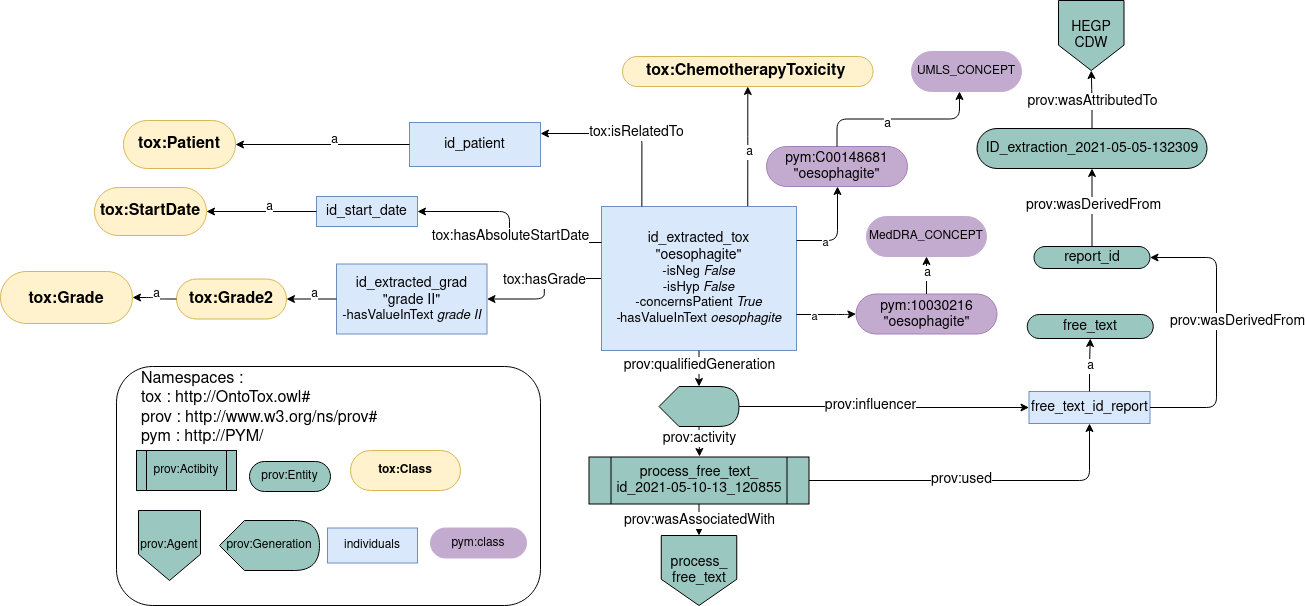
The draw.io diagram images/2021-05-28_OntoTox_FT.png in TeamHeka/OntoTox, before a commit. Source tidied: cells renumbered, new cells last; positions are measured from the earlier drawing's top-left corner, leaving out a move shared by most shapes.
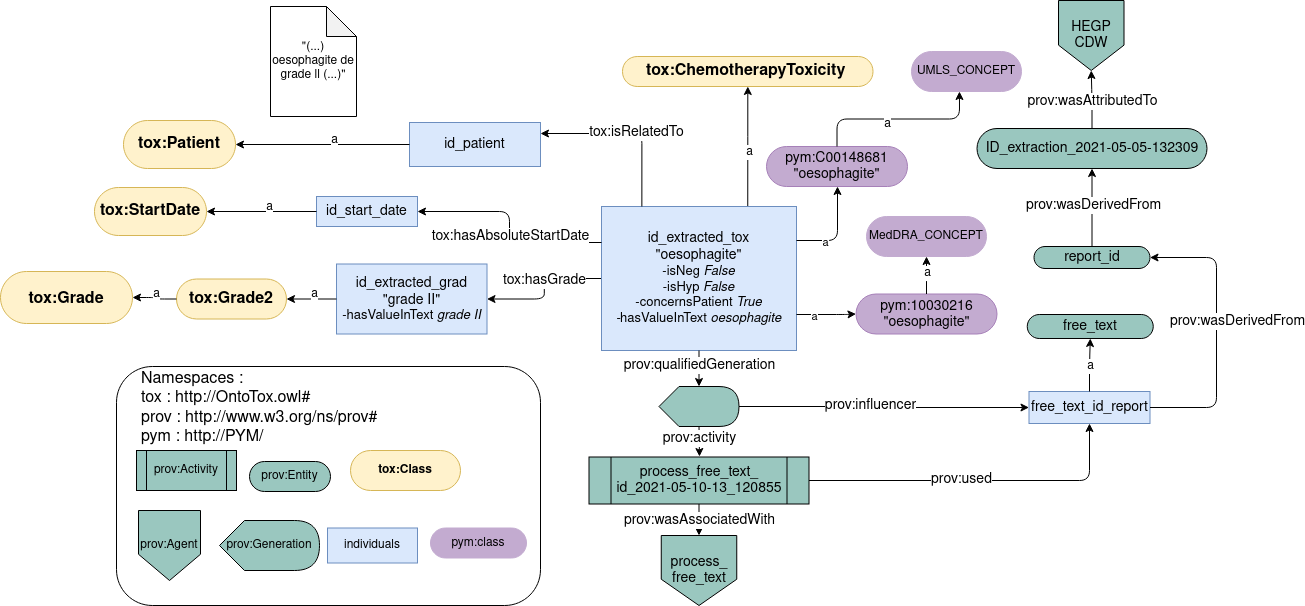
The same diagram one commit later.

Change to the diagram source:
```diff
@@ -110,7 +110,7 @@
     <mxCell id="31" value="&lt;div align=&quot;left&quot;&gt;&lt;font style=&quot;font-size: 16px&quot;&gt;Namespaces :&lt;/font&gt;&lt;/div&gt;&lt;div align=&quot;left&quot;&gt;&lt;font style=&quot;font-size: 16px&quot;&gt;tox : http://OntoTox.owl#&lt;/font&gt;&lt;/div&gt;&lt;div align=&quot;left&quot;&gt;&lt;font style=&quot;font-size: 16px&quot;&gt;prov : http://www.w3.org/ns/prov#&lt;/font&gt;&lt;/div&gt;&lt;div&gt;&lt;font style=&quot;font-size: 16px&quot;&gt;pym : http://PYM/&lt;/font&gt;&lt;/div&gt;&lt;div&gt;&lt;font style=&quot;font-size: 16px&quot;&gt;&lt;br&gt;&lt;/font&gt;&lt;/div&gt;&lt;div&gt;&lt;font style=&quot;font-size: 16px&quot;&gt;&lt;br&gt;&lt;/font&gt;&lt;/div&gt;&lt;div&gt;&lt;font style=&quot;font-size: 16px&quot;&gt;&lt;br&gt;&lt;/font&gt;&lt;/div&gt;&lt;br&gt;&lt;div&gt;&lt;font style=&quot;font-size: 16px&quot;&gt;&lt;br&gt;&lt;/font&gt;&lt;/div&gt;&lt;div&gt;&lt;font style=&quot;font-size: 16px&quot;&gt;&lt;br&gt;&lt;/font&gt;&lt;/div&gt;" style="text;html=1;strokeColor=none;fillColor=none;spacing=5;spacingTop=-20;whiteSpace=wrap;overflow=hidden;rounded=0;" parent="1" vertex="1">
       <mxGeometry x="136" y="380" width="390" height="200" as="geometry" />
     </mxCell>
-    <mxCell id="32" value="prov:Actibity" style="shape=process;whiteSpace=wrap;html=1;backgroundOutline=1;fillColor=#9AC7BF;" parent="1" vertex="1">
+    <mxCell id="32" value="&lt;div&gt;prov:Activity&lt;/div&gt;" style="shape=process;whiteSpace=wrap;html=1;backgroundOutline=1;fillColor=#9AC7BF;" parent="1" vertex="1">
       <mxGeometry x="136" y="450" width="100" height="40" as="geometry" />
     </mxCell>
     <mxCell id="33" value="prov:Agent" style="shape=offPageConnector;whiteSpace=wrap;html=1;rotation=0;fillColor=#9AC7BF;" parent="1" vertex="1">
@@ -276,5 +276,8 @@
     <mxCell id="74" value="a" style="edgeLabel;html=1;align=center;verticalAlign=middle;" parent="73" vertex="1">
       <mxGeometry x="-0.42" y="-1" relative="1" as="geometry" />
     </mxCell>
+    <mxCell id="75" value="&quot;(...) oesophagite de grade ll (...)&quot;" style="shape=note;whiteSpace=wrap;html=1;backgroundOutline=1;darkOpacity=0.05;" parent="1" vertex="1">
+      <mxGeometry x="270" y="6" width="86" height="110" as="geometry" />
+    </mxCell>
   </root>
 </mxGraphModel>
```
